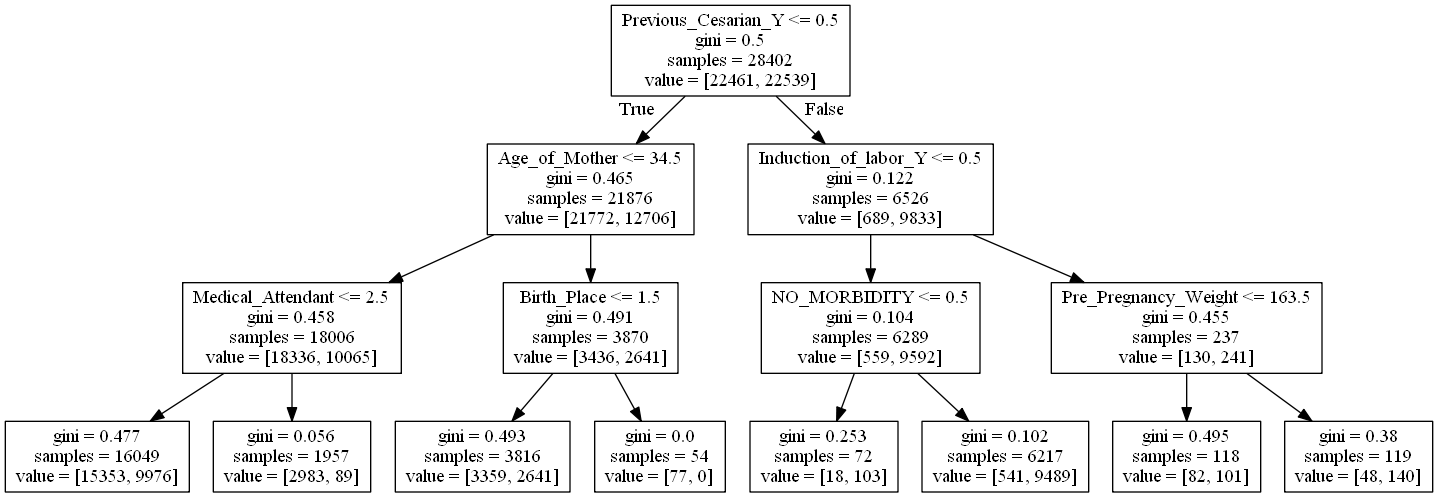
The Graphviz diagram small_tree.png in OnomeHunt/Project3, before a commit. Its source is kept beside it as small_tree.dot.
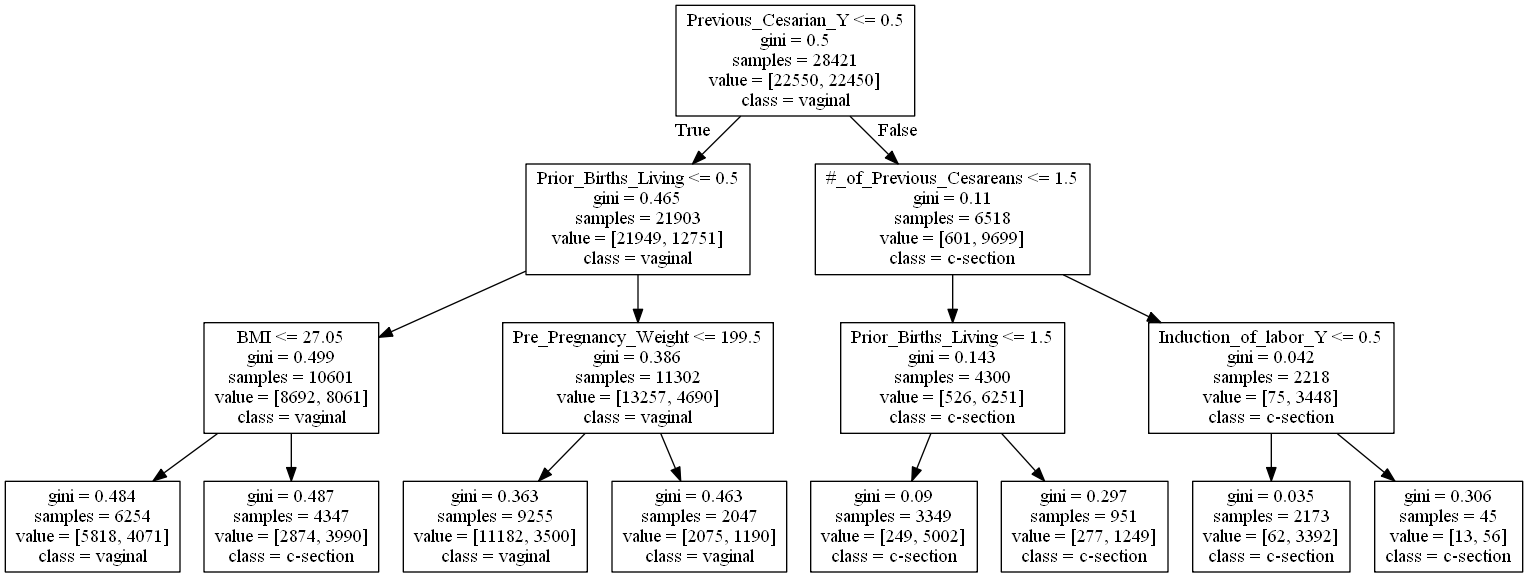
Later version of the same file.

What changed in the source:
```diff
@@ -1,32 +1,32 @@
 digraph Tree {
 node [shape=box] ;
-0 [label="Previous_Cesarian_Y <= 0.5\ngini = 0.5\nsamples = 28402\nvalue = [22461, 22539]"] ;
-1 [label="Age_of_Mother <= 34.5\ngini = 0.465\nsamples = 21876\nvalue = [21772, 12706]"] ;
+0 [label="Previous_Cesarian_Y <= 0.5\ngini = 0.5\nsamples = 28421\nvalue = [22550, 22450]\nclass = vaginal"] ;
+1 [label="Prior_Births_Living <= 0.5\ngini = 0.465\nsamples = 21903\nvalue = [21949, 12751]\nclass = vaginal"] ;
 0 -> 1 [labeldistance=2.5, labelangle=45, headlabel="True"] ;
-2 [label="Medical_Attendant <= 2.5\ngini = 0.458\nsamples = 18006\nvalue = [18336, 10065]"] ;
+2 [label="BMI <= 27.05\ngini = 0.499\nsamples = 10601\nvalue = [8692, 8061]\nclass = vaginal"] ;
 1 -> 2 ;
-3 [label="gini = 0.477\nsamples = 16049\nvalue = [15353, 9976]"] ;
+3 [label="gini = 0.484\nsamples = 6254\nvalue = [5818, 4071]\nclass = vaginal"] ;
 2 -> 3 ;
-4 [label="gini = 0.056\nsamples = 1957\nvalue = [2983, 89]"] ;
+4 [label="gini = 0.487\nsamples = 4347\nvalue = [2874, 3990]\nclass = c-section"] ;
 2 -> 4 ;
-5 [label="Birth_Place <= 1.5\ngini = 0.491\nsamples = 3870\nvalue = [3436, 2641]"] ;
+5 [label="Pre_Pregnancy_Weight <= 199.5\ngini = 0.386\nsamples = 11302\nvalue = [13257, 4690]\nclass = vaginal"] ;
 1 -> 5 ;
-6 [label="gini = 0.493\nsamples = 3816\nvalue = [3359, 2641]"] ;
+6 [label="gini = 0.363\nsamples = 9255\nvalue = [11182, 3500]\nclass = vaginal"] ;
 5 -> 6 ;
-7 [label="gini = 0.0\nsamples = 54\nvalue = [77, 0]"] ;
+7 [label="gini = 0.463\nsamples = 2047\nvalue = [2075, 1190]\nclass = vaginal"] ;
 5 -> 7 ;
-8 [label="Induction_of_labor_Y <= 0.5\ngini = 0.122\nsamples = 6526\nvalue = [689, 9833]"] ;
+8 [label="#_of_Previous_Cesareans <= 1.5\ngini = 0.11\nsamples = 6518\nvalue = [601, 9699]\nclass = c-section"] ;
 0 -> 8 [labeldistance=2.5, labelangle=-45, headlabel="False"] ;
-9 [label="NO_MORBIDITY <= 0.5\ngini = 0.104\nsamples = 6289\nvalue = [559, 9592]"] ;
+9 [label="Prior_Births_Living <= 1.5\ngini = 0.143\nsamples = 4300\nvalue = [526, 6251]\nclass = c-section"] ;
 8 -> 9 ;
-10 [label="gini = 0.253\nsamples = 72\nvalue = [18, 103]"] ;
+10 [label="gini = 0.09\nsamples = 3349\nvalue = [249, 5002]\nclass = c-section"] ;
 9 -> 10 ;
-11 [label="gini = 0.102\nsamples = 6217\nvalue = [541, 9489]"] ;
+11 [label="gini = 0.297\nsamples = 951\nvalue = [277, 1249]\nclass = c-section"] ;
 9 -> 11 ;
-12 [label="Pre_Pregnancy_Weight <= 163.5\ngini = 0.455\nsamples = 237\nvalue = [130, 241]"] ;
+12 [label="Induction_of_labor_Y <= 0.5\ngini = 0.042\nsamples = 2218\nvalue = [75, 3448]\nclass = c-section"] ;
 8 -> 12 ;
-13 [label="gini = 0.495\nsamples = 118\nvalue = [82, 101]"] ;
+13 [label="gini = 0.035\nsamples = 2173\nvalue = [62, 3392]\nclass = c-section"] ;
 12 -> 13 ;
-14 [label="gini = 0.38\nsamples = 119\nvalue = [48, 140]"] ;
+14 [label="gini = 0.306\nsamples = 45\nvalue = [13, 56]\nclass = c-section"] ;
 12 -> 14 ;
 }
```
